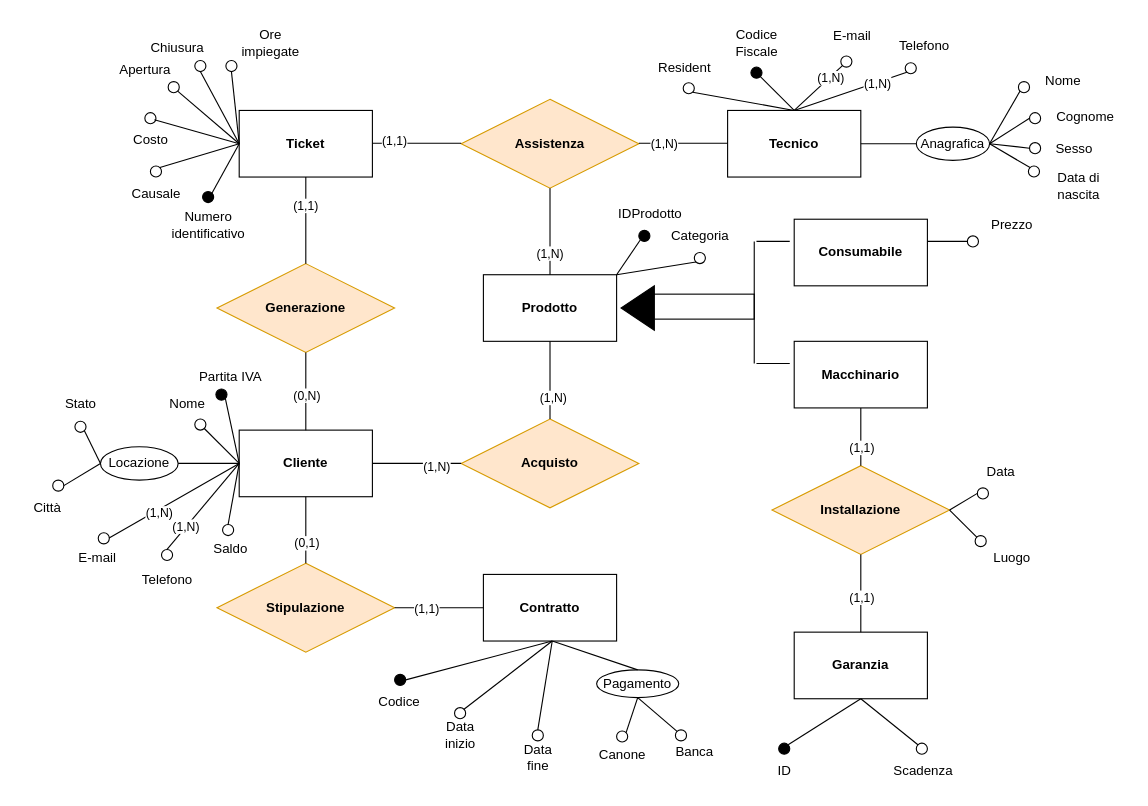
Earlier version of the draw.io diagram Diagrammi/schema er finale.drawio (fedeStaffo/Progetto_Basi_di_dati). Source tidied: cells renumbered, new cells numbered last; positions are measured from the earlier drawing's top-left corner, leaving out a move shared by most shapes. Both pictures are drawn from the tidied source at 111%, with x=0, y=0 at pixel (19, 19).
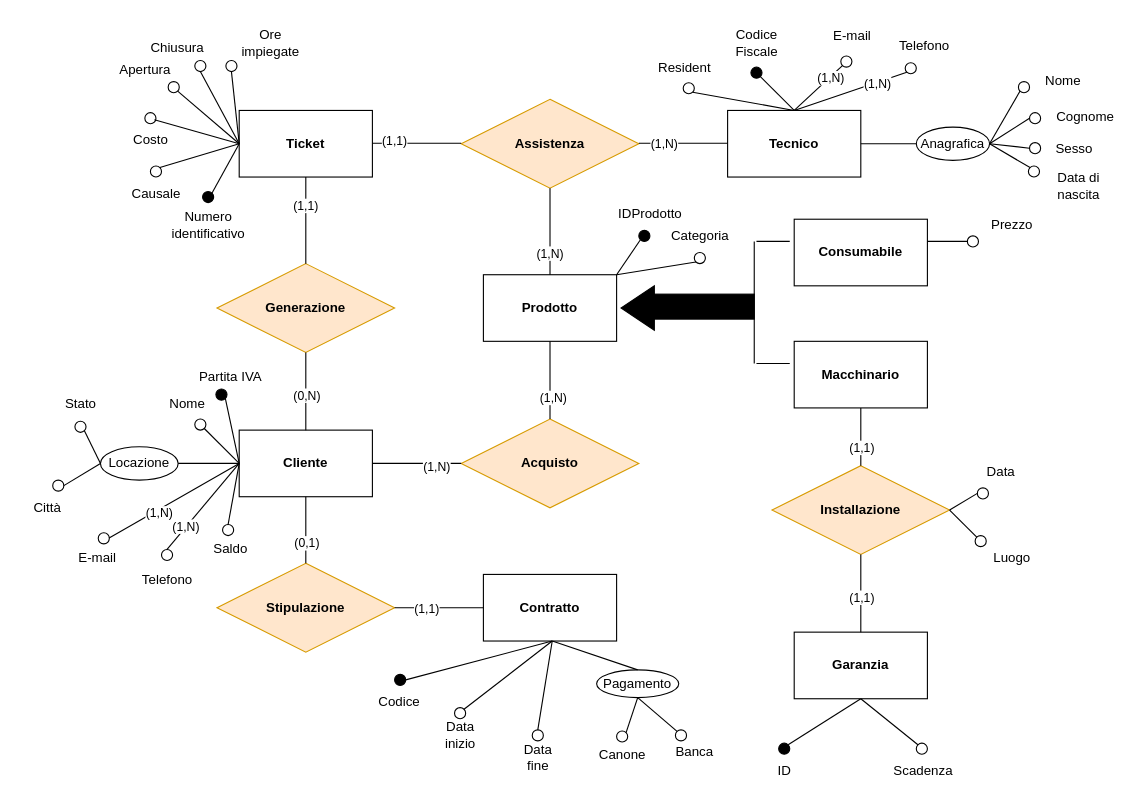
The same page after the edit.

Change to the diagram source:
```diff
@@
-    <mxCell id="36" style="rounded=0;whiteSpace=wrap;html=1;fillColor=#FFFFFF;" parent="1" vertex="1">
+    <mxCell id="36" style="rounded=0;whiteSpace=wrap;html=1;fillColor=#000000;" parent="1" vertex="1">
       <mxGeometry x="572" y="247.5" width="90" height="22.5" as="geometry" />
     </mxCell>
```
